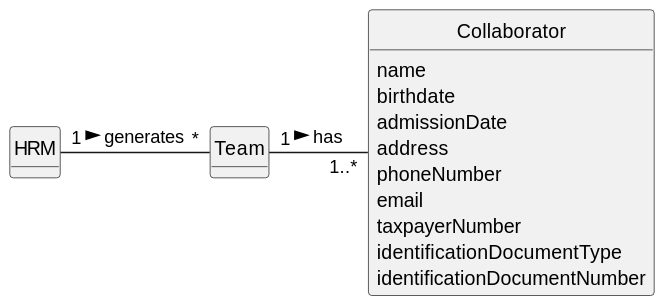
Above: docs/sprintA/us005/02.analysis/svg/us005-domain-model.svg in Departamento-de-Engenharia-Informatica/lei-24-s2-1dm-g132 (PlantUML), before the change.
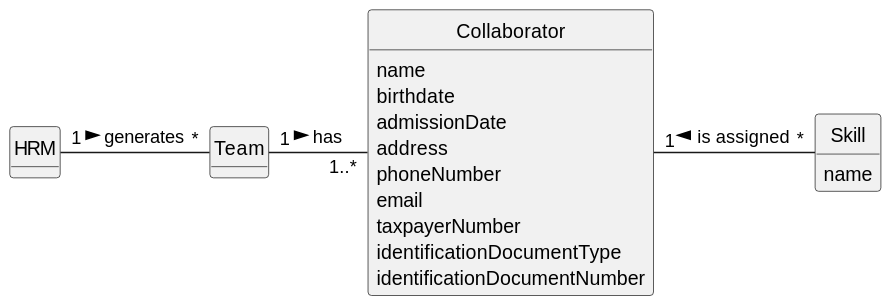
After the commit.

Commit message:
US005 domain model update

What changed in the source:
```diff
@@ -29,9 +29,12 @@
     identificationDocumentNumber
 }
 
-
+class Skill{
+name
+}
 
 
 HRM "1" - "*" Team : generates >
 Team "1" - "1..*" Collaborator : has >
+Collaborator "1" - "*" Skill : is assigned <
 @enduml
```
